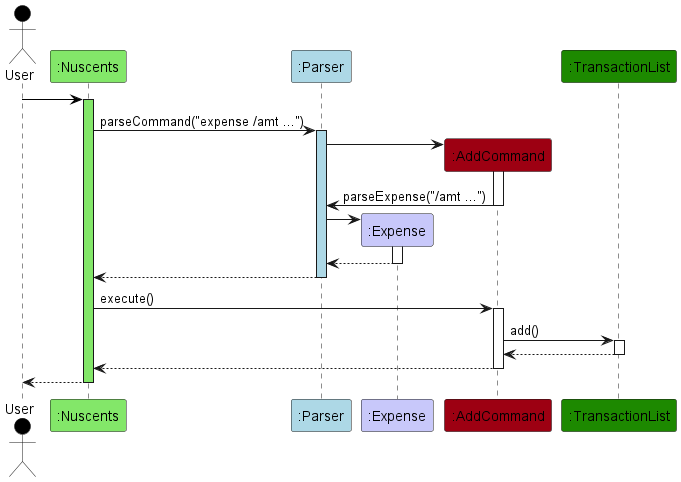
Above: docs/images/AddTransactionSequenceDiagram.png in vvhuiling/tp (PlantUML), before the change.
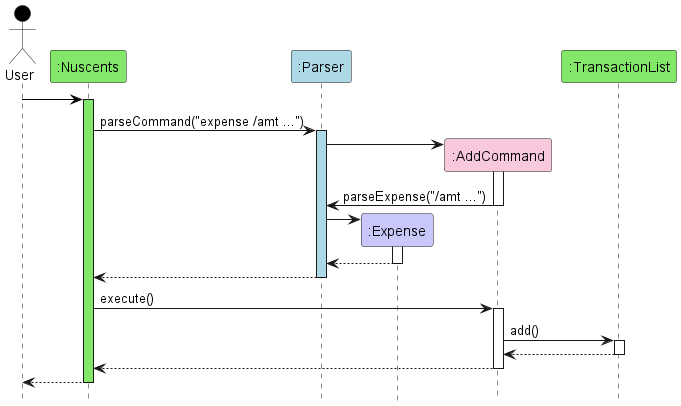
The same file after the commit.

Commit message:
Remove duplication of class names in sequence diagram

Diff of the diagram source:
```diff
@@ -1,16 +1,17 @@
 @startuml
+hide footbox
 !include Style.puml
 skinparam ArrowFontStyle plain
 
 Actor User as user USER_COLOR
-Participant ":Nuscents" as nuscents UI_COLOR_T1
+Participant ":Nuscents" as nuscents MAIN_COLOR
 Participant ":Parser" as parser PARSER_COLOR
-Participant ":Expense" as expense PARSER_COLOR_T1
+Participant ":Expense" as expense EXPENSE_COLOR
 Participant ":AddCommand" as AddCommand COMMAND_COLOR
-Participant ":TransactionList" as TransactionList UI_COLOR
+Participant ":TransactionList" as TransactionList TRANSACTION_COLOR
 
 user -[USER_COLOR]> nuscents
-activate nuscents UI_COLOR_T1
+activate nuscents MAIN_COLOR
 
 
 nuscents -> parser : parseCommand("expense /amt ...")
```
